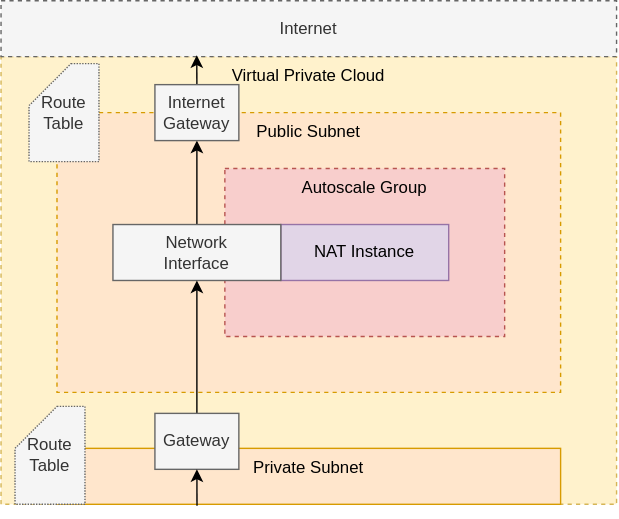
Before: docs/logical.drawio.svg, a diagram exported from draw.io (jamesmoriarty/cfn-cheapest-nat). Source tidied: cells renumbered, new cells last; positions are measured from the earlier drawing's top-left corner, leaving out a move shared by most shapes.
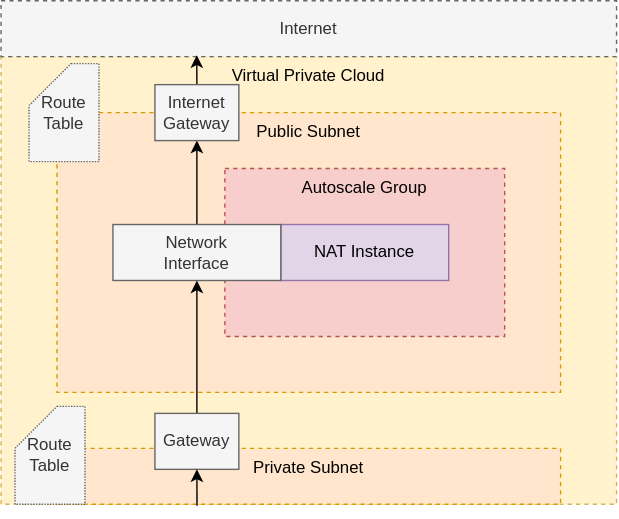
The same diagram one commit later.

Commit message:
refinement: subnet boarder.

The edit, as a diff of the source:
```diff
@@ -23,7 +23,7 @@
     <mxCell id="8" value="Internet" style="rounded=0;whiteSpace=wrap;html=1;fillColor=#f5f5f5;strokeColor=#666666;fontColor=#333333;dashed=1;shadow=0;" parent="1" vertex="1">
       <mxGeometry width="440" height="40" as="geometry" />
     </mxCell>
-    <mxCell id="9" value="Private Subnet" style="rounded=0;whiteSpace=wrap;html=1;verticalAlign=top;fillColor=#ffe6cc;strokeColor=#d79b00;shadow=0;" parent="1" vertex="1">
+    <mxCell id="9" value="Private Subnet" style="rounded=0;whiteSpace=wrap;html=1;verticalAlign=top;fillColor=#ffe6cc;strokeColor=#d79b00;shadow=0;dashed=1;" parent="1" vertex="1">
       <mxGeometry x="40" y="320" width="360" height="40" as="geometry" />
     </mxCell>
     <mxCell id="10" style="edgeStyle=orthogonalEdgeStyle;rounded=0;jettySize=auto;html=1;exitX=0.5;exitY=0;exitDx=0;exitDy=0;entryX=0.5;entryY=1;entryDx=0;entryDy=0;shadow=0;" parent="1" edge="1" source="11" target="7">
```
